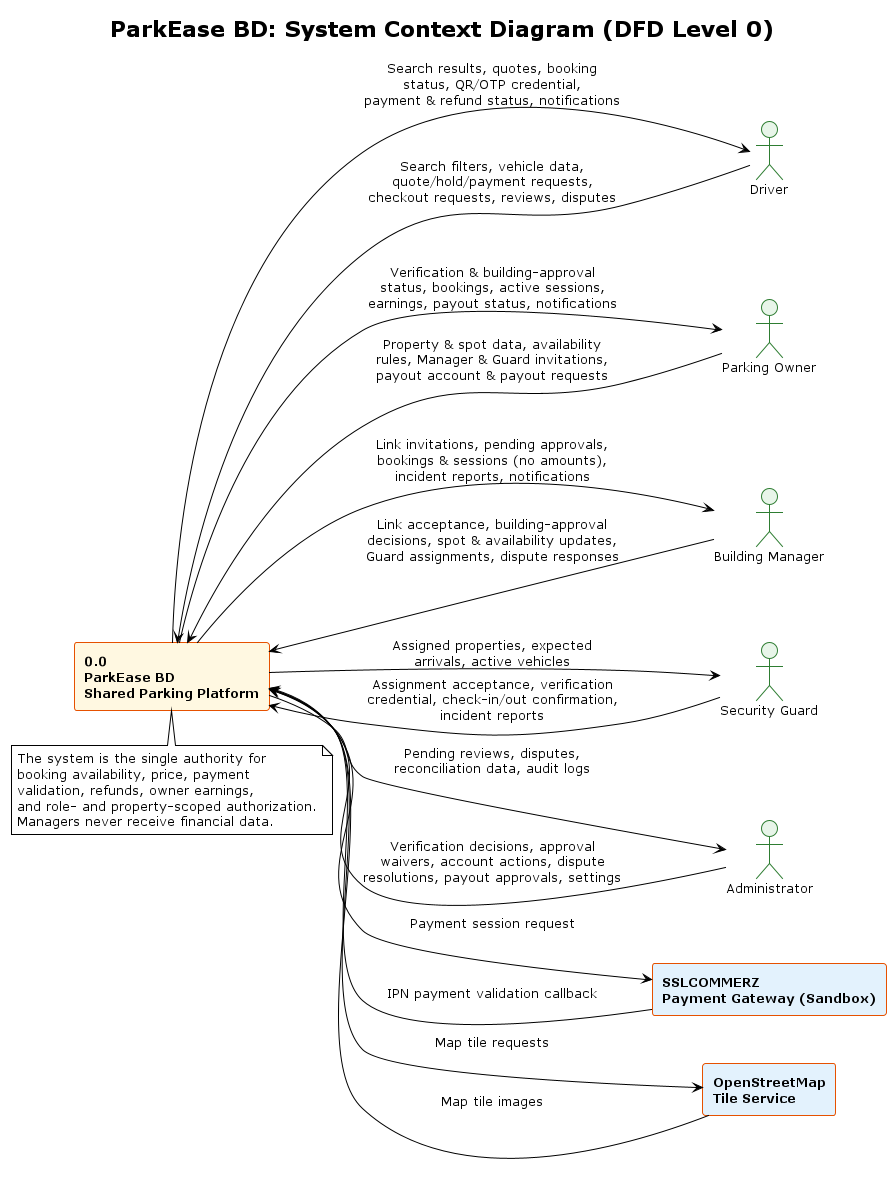
0xFaysal/se-lab-wake-up-to-reality keeps this PlantUML diagram as docs/diagrams/context-diagram.png. Above is the earlier version.
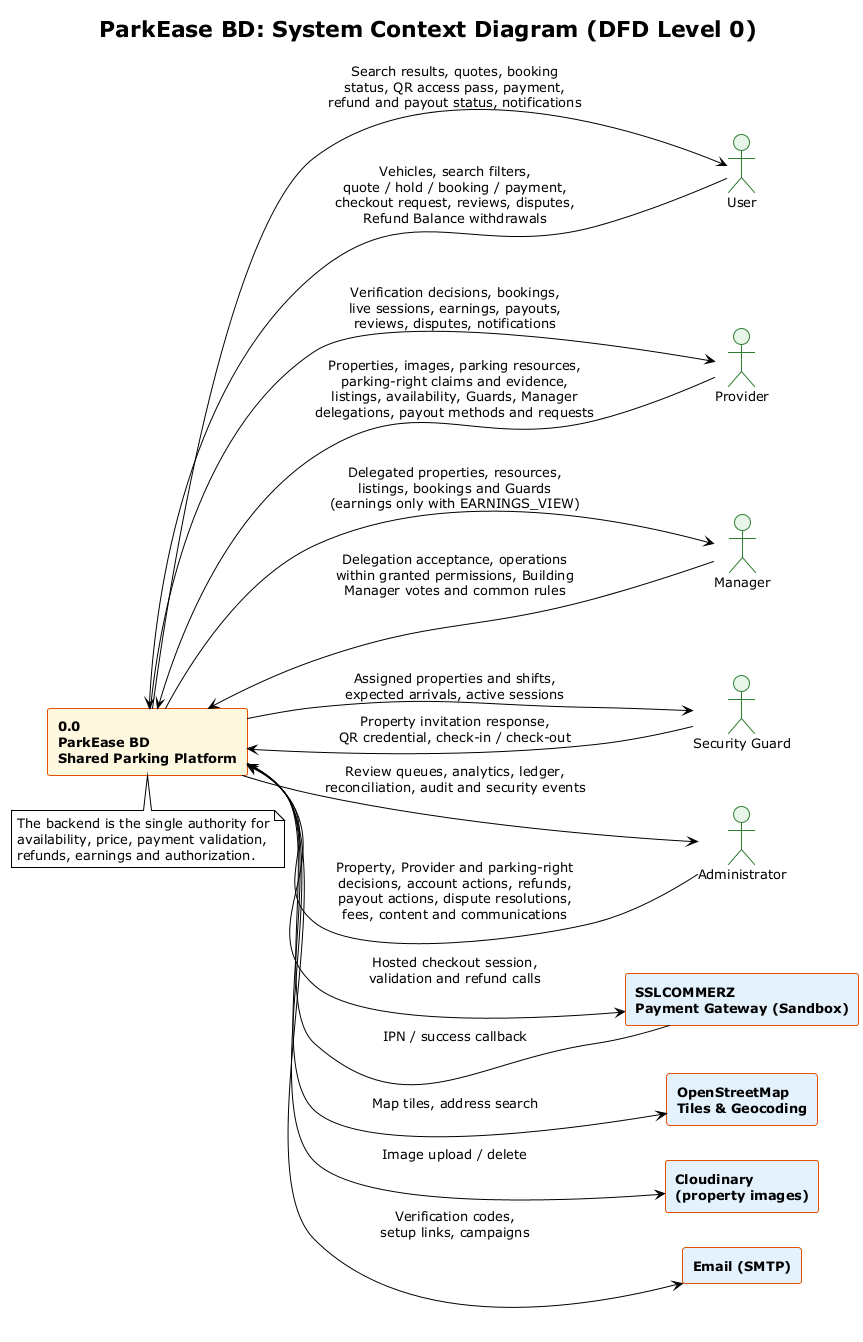
The same file after the commit.

Commit message:
docs(diagrams): update context diagram for User and Provider roles

What changed in the source:
```diff
@@ -17,44 +17,45 @@
 
 left to right direction
 
-actor "Driver" as Driver
-actor "Parking Owner" as Owner
-actor "Building Manager" as Manager
+actor "User" as User
+actor "Provider" as Provider
+actor "Manager" as Manager
 actor "Security Guard" as Guard
 actor "Administrator" as Admin
 
 rectangle "0.0\nParkEase BD\nShared Parking Platform" as System
 
 rectangle "SSLCOMMERZ\nPayment Gateway (Sandbox)" as SSL #E3F2FD
-rectangle "OpenStreetMap\nTile Service" as OSM #E3F2FD
+rectangle "OpenStreetMap\nTiles & Geocoding" as OSM #E3F2FD
+rectangle "Cloudinary\n(property images)" as CDN #E3F2FD
+rectangle "Email (SMTP)" as Mail #E3F2FD
 
-Driver --> System : Search filters, vehicle data,\nquote/hold/payment requests,\ncheckout requests, reviews, disputes
-System --> Driver : Search results, quotes, booking\nstatus, QR/OTP credential,\npayment & refund status, notifications
+User --> System : Vehicles, search filters,\nquote / hold / booking / payment,\ncheckout request, reviews, disputes,\nRefund Balance withdrawals
+System --> User : Search results, quotes, booking\nstatus, QR access pass, payment,\nrefund and payout status, notifications
 
-Owner --> System : Property & spot data, availability\nrules, Manager & Guard invitations,\npayout account & payout requests
-System --> Owner : Verification & building-approval\nstatus, bookings, active sessions,\nearnings, payout status, notifications
+Provider --> System : Properties, images, parking resources,\nparking-right claims and evidence,\nlistings, availability, Guards, Manager\ndelegations, payout methods and requests
+System --> Provider : Verification decisions, bookings,\nlive sessions, earnings, payouts,\nreviews, disputes, notifications
 
-Manager --> System : Link acceptance, building-approval\ndecisions, spot & availability updates,\nGuard assignments, dispute responses
-System --> Manager : Link invitations, pending approvals,\nbookings & sessions (no amounts),\nincident reports, notifications
+Manager --> System : Delegation acceptance, operations\nwithin granted permissions, Building\nManager votes and common rules
+System --> Manager : Delegated properties, resources,\nlistings, bookings and Guards\n(earnings only with EARNINGS_VIEW)
 
-Guard --> System : Assignment acceptance, verification\ncredential, check-in/out confirmation,\nincident reports
-System --> Guard : Assigned properties, expected\narrivals, active vehicles
+Guard --> System : Property invitation response,\nQR credential, check-in / check-out
+System --> Guard : Assigned properties and shifts,\nexpected arrivals, active sessions
 
-Admin --> System : Verification decisions, approval\nwaivers, account actions, dispute\nresolutions, payout approvals, settings
-System --> Admin : Pending reviews, disputes,\nreconciliation data, audit logs
+Admin --> System : Property, Provider and parking-right\ndecisions, account actions, refunds,\npayout actions, dispute resolutions,\nfees, content and communications
+System --> Admin : Review queues, analytics, ledger,\nreconciliation, audit and security events
 
-System --> SSL : Payment session request
-SSL --> System : IPN payment validation callback
+System --> SSL : Hosted checkout session,\nvalidation and refund calls
+SSL --> System : IPN / success callback
 
-System --> OSM : Map tile requests
-OSM --> System : Map tile images
+System --> OSM : Map tiles, address search
+System --> CDN : Image upload / delete
+System --> Mail : Verification codes,\nsetup links, campaigns
 
 note bottom of System
-  The system is the single authority for
-  booking availability, price, payment
-  validation, refunds, owner earnings,
-  and role- and property-scoped authorization.
-  Managers never receive financial data.
+  The backend is the single authority for
+  availability, price, payment validation,
+  refunds, earnings and authorization.
 end note
 
 @enduml
```
